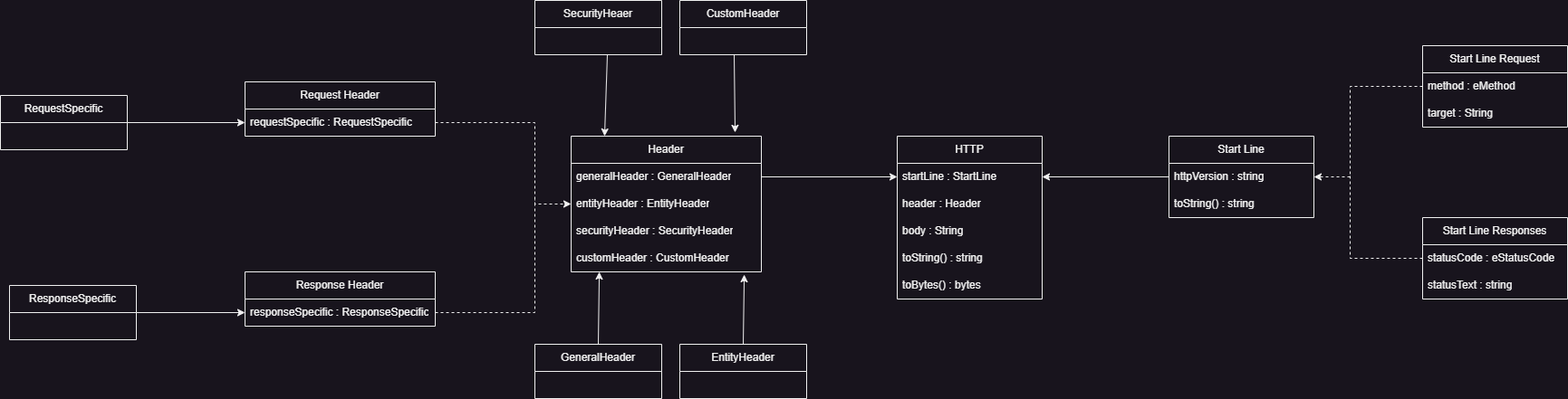
Earlier version of the draw.io export Image/HttpBuilder.png (MathieuPPicard/HttpBuilder). Source tidied: cells renumbered, new cells last; positions are measured from the earlier drawing's top-left corner, leaving out a move shared by most shapes. The source it was exported from:
```xml
<mxGraphModel>
  <root>
    <mxCell id="0" />
    <mxCell id="1" parent="0" />
    <mxCell id="2" value="HTTP" style="swimlane;fontStyle=0;horizontal=1;startSize=30;whiteSpace=wrap;html=1;" parent="1" vertex="1">
      <mxGeometry x="990" y="150" width="160" height="180" as="geometry" />
    </mxCell>
    <mxCell id="3" value="startLine : StartLine&amp;nbsp;" style="text;strokeColor=none;fillColor=none;align=left;verticalAlign=middle;spacingLeft=4;spacingRight=4;overflow=hidden;points=[[0,0.5],[1,0.5]];portConstraint=eastwest;whiteSpace=wrap;html=1;" parent="2" vertex="1">
      <mxGeometry y="30" width="160" height="30" as="geometry" />
    </mxCell>
    <mxCell id="4" value="header : Header" style="text;strokeColor=none;fillColor=none;align=left;verticalAlign=middle;spacingLeft=4;spacingRight=4;overflow=hidden;whiteSpace=wrap;html=1;" parent="2" vertex="1">
      <mxGeometry y="60" width="160" height="30" as="geometry" />
    </mxCell>
    <mxCell id="5" value="body : String" style="text;strokeColor=none;fillColor=none;align=left;verticalAlign=middle;spacingLeft=4;spacingRight=4;overflow=hidden;whiteSpace=wrap;html=1;" parent="2" vertex="1">
      <mxGeometry y="90" width="160" height="30" as="geometry" />
    </mxCell>
    <mxCell id="6" value="toString() : string" style="text;strokeColor=none;fillColor=none;align=left;verticalAlign=middle;spacingLeft=4;spacingRight=4;overflow=hidden;whiteSpace=wrap;html=1;" parent="2" vertex="1">
      <mxGeometry y="120" width="160" height="30" as="geometry" />
    </mxCell>
    <mxCell id="7" value="toBytes() : bytes" style="text;strokeColor=none;fillColor=none;align=left;verticalAlign=middle;spacingLeft=4;spacingRight=4;overflow=hidden;points=[[0,0.5],[1,0.5]];portConstraint=eastwest;whiteSpace=wrap;html=1;" parent="2" vertex="1">
      <mxGeometry y="150" width="160" height="30" as="geometry" />
    </mxCell>
    <mxCell id="8" value="Header" style="swimlane;fontStyle=0;horizontal=1;startSize=30;whiteSpace=wrap;html=1;" parent="1" vertex="1">
      <mxGeometry x="630" y="150" width="210" height="150" as="geometry" />
    </mxCell>
    <mxCell id="9" value="generalHeader : GeneralHeader" style="text;strokeColor=none;fillColor=none;align=left;verticalAlign=middle;spacingLeft=4;spacingRight=4;overflow=hidden;points=[[0,0.5],[1,0.5]];portConstraint=eastwest;whiteSpace=wrap;html=1;" parent="8" vertex="1">
      <mxGeometry y="30" width="210" height="30" as="geometry" />
    </mxCell>
    <mxCell id="10" value="entityHeader : EntityHeader" style="text;strokeColor=none;fillColor=none;align=left;verticalAlign=middle;spacingLeft=4;spacingRight=4;overflow=hidden;points=[[0,0.5],[1,0.5]];portConstraint=eastwest;whiteSpace=wrap;html=1;" parent="8" vertex="1">
      <mxGeometry y="60" width="210" height="30" as="geometry" />
    </mxCell>
    <mxCell id="11" value="securityHeader : SecurityHeader" style="text;strokeColor=none;fillColor=none;align=left;verticalAlign=middle;spacingLeft=4;spacingRight=4;overflow=hidden;whiteSpace=wrap;html=1;" parent="8" vertex="1">
      <mxGeometry y="90" width="210" height="30" as="geometry" />
    </mxCell>
    <mxCell id="12" value="customHeader : CustomHeader" style="text;strokeColor=none;fillColor=none;align=left;verticalAlign=middle;spacingLeft=4;spacingRight=4;overflow=hidden;points=[[0,0.5],[1,0.5]];portConstraint=eastwest;whiteSpace=wrap;html=1;" parent="8" vertex="1">
      <mxGeometry y="120" width="210" height="30" as="geometry" />
    </mxCell>
    <mxCell id="13" value="Start Line" style="swimlane;fontStyle=0;horizontal=1;startSize=30;whiteSpace=wrap;html=1;" parent="1" vertex="1">
      <mxGeometry x="1290" y="150" width="160" height="90" as="geometry" />
    </mxCell>
    <mxCell id="14" value="httpVersion : string" style="text;strokeColor=none;fillColor=none;align=left;verticalAlign=middle;spacingLeft=4;spacingRight=4;overflow=hidden;whiteSpace=wrap;html=1;" parent="13" vertex="1">
      <mxGeometry y="30" width="160" height="30" as="geometry" />
    </mxCell>
    <mxCell id="15" value="toString() : string" style="text;strokeColor=none;fillColor=none;align=left;verticalAlign=middle;spacingLeft=4;spacingRight=4;overflow=hidden;whiteSpace=wrap;html=1;" parent="13" vertex="1">
      <mxGeometry y="60" width="160" height="30" as="geometry" />
    </mxCell>
    <mxCell id="16" value="Start Line Request" style="swimlane;fontStyle=0;horizontal=1;startSize=30;whiteSpace=wrap;html=1;" parent="1" vertex="1">
      <mxGeometry x="1570" y="50" width="160" height="90" as="geometry" />
    </mxCell>
    <mxCell id="17" value="method : eMethod" style="text;strokeColor=none;fillColor=none;align=left;verticalAlign=middle;spacingLeft=4;spacingRight=4;overflow=hidden;points=[[0,0.5],[1,0.5]];portConstraint=eastwest;whiteSpace=wrap;html=1;" parent="16" vertex="1">
      <mxGeometry y="30" width="160" height="30" as="geometry" />
    </mxCell>
    <mxCell id="18" value="target : String" style="text;strokeColor=none;fillColor=none;align=left;verticalAlign=middle;spacingLeft=4;spacingRight=4;overflow=hidden;whiteSpace=wrap;html=1;" parent="16" vertex="1">
      <mxGeometry y="60" width="160" height="30" as="geometry" />
    </mxCell>
    <mxCell id="19" value="Start Line Responses" style="swimlane;fontStyle=0;horizontal=1;startSize=30;whiteSpace=wrap;html=1;" parent="1" vertex="1">
      <mxGeometry x="1570" y="240" width="160" height="90" as="geometry" />
    </mxCell>
    <mxCell id="20" value="statusCode : eStatusCode" style="text;strokeColor=none;fillColor=none;align=left;verticalAlign=middle;spacingLeft=4;spacingRight=4;overflow=hidden;points=[[0,0.5],[1,0.5]];portConstraint=eastwest;whiteSpace=wrap;html=1;" parent="19" vertex="1">
      <mxGeometry y="30" width="160" height="30" as="geometry" />
    </mxCell>
    <mxCell id="21" value="statusText : string" style="text;strokeColor=none;fillColor=none;align=left;verticalAlign=middle;spacingLeft=4;spacingRight=4;overflow=hidden;whiteSpace=wrap;html=1;" parent="19" vertex="1">
      <mxGeometry y="60" width="160" height="30" as="geometry" />
    </mxCell>
    <mxCell id="22" style="endArrow=classic;html=1;rounded=0;exitX=0;exitY=0.5;exitDx=0;exitDy=0;entryX=1;entryY=0.5;entryDx=0;entryDy=0;dashed=1;" parent="1" edge="1" source="17">
      <mxGeometry relative="1" as="geometry">
        <mxPoint x="1450" y="195" as="targetPoint" />
        <Array as="points">
          <mxPoint x="1490" y="95" />
          <mxPoint x="1490" y="195" />
        </Array>
      </mxGeometry>
    </mxCell>
    <mxCell id="23" style="endArrow=none;html=1;rounded=0;exitX=0;exitY=0.5;exitDx=0;exitDy=0;dashed=1;" parent="1" edge="1" source="20">
      <mxGeometry relative="1" as="geometry">
        <mxPoint x="1490" y="190" as="targetPoint" />
        <Array as="points">
          <mxPoint x="1490" y="285" />
        </Array>
      </mxGeometry>
    </mxCell>
    <mxCell id="24" style="endArrow=classic;html=1;rounded=0;exitX=0;exitY=0.5;exitDx=0;exitDy=0;entryX=1;entryY=0.5;entryDx=0;entryDy=0;" parent="1" edge="1" target="3">
      <mxGeometry relative="1" as="geometry">
        <mxPoint x="1290" y="195" as="sourcePoint" />
      </mxGeometry>
    </mxCell>
    <mxCell id="25" style="endArrow=classic;html=1;rounded=0;exitX=1;exitY=0.5;exitDx=0;exitDy=0;entryX=0;entryY=0.5;entryDx=0;entryDy=0;" parent="1" edge="1" source="9" target="3">
      <mxGeometry relative="1" as="geometry" />
    </mxCell>
    <mxCell id="26" value="Request Header" style="swimlane;fontStyle=0;horizontal=1;startSize=30;whiteSpace=wrap;html=1;" parent="1" vertex="1">
      <mxGeometry x="270" y="90" width="210" height="60" as="geometry" />
    </mxCell>
    <mxCell id="27" value="requestSpecific : RequestSpecific" style="text;strokeColor=none;fillColor=none;align=left;verticalAlign=middle;spacingLeft=4;spacingRight=4;overflow=hidden;points=[[0,0.5],[1,0.5]];portConstraint=eastwest;whiteSpace=wrap;html=1;" parent="26" vertex="1">
      <mxGeometry y="30" width="210" height="30" as="geometry" />
    </mxCell>
    <mxCell id="28" value="Response Header" style="swimlane;fontStyle=0;horizontal=1;startSize=30;whiteSpace=wrap;html=1;" parent="1" vertex="1">
      <mxGeometry x="270" y="300" width="210" height="60" as="geometry" />
    </mxCell>
    <mxCell id="29" value="responseSpecific : ResponseSpecific" style="text;strokeColor=none;fillColor=none;align=left;verticalAlign=middle;spacingLeft=4;spacingRight=4;overflow=hidden;points=[[0,0.5],[1,0.5]];portConstraint=eastwest;whiteSpace=wrap;html=1;" parent="28" vertex="1">
      <mxGeometry y="30" width="210" height="30" as="geometry" />
    </mxCell>
    <mxCell id="30" style="endArrow=classic;html=1;rounded=0;exitX=1;exitY=0.5;exitDx=0;exitDy=0;entryX=0;entryY=0.5;entryDx=0;entryDy=0;dashed=1;" parent="1" edge="1" source="27" target="10">
      <mxGeometry relative="1" as="geometry">
        <Array as="points">
          <mxPoint x="590" y="135" />
          <mxPoint x="590" y="225" />
        </Array>
      </mxGeometry>
    </mxCell>
    <mxCell id="31" style="endArrow=none;html=1;rounded=0;exitX=1;exitY=0.5;exitDx=0;exitDy=0;dashed=1;" parent="1" edge="1" source="29">
      <mxGeometry relative="1" as="geometry">
        <mxPoint x="590" y="220" as="targetPoint" />
        <Array as="points">
          <mxPoint x="590" y="345" />
        </Array>
      </mxGeometry>
    </mxCell>
    <mxCell id="32" value="GeneralHeader" style="swimlane;fontStyle=0;horizontal=1;startSize=30;whiteSpace=wrap;html=1;" parent="1" vertex="1">
      <mxGeometry x="590" y="380" width="140" height="60" as="geometry" />
    </mxCell>
    <mxCell id="33" value="EntityHeader" style="swimlane;fontStyle=0;horizontal=1;startSize=30;whiteSpace=wrap;html=1;" parent="1" vertex="1">
      <mxGeometry x="750" y="380" width="140" height="60" as="geometry" />
    </mxCell>
    <mxCell id="34" value="SecurityHeaer" style="swimlane;fontStyle=0;horizontal=1;startSize=30;whiteSpace=wrap;html=1;" parent="1" vertex="1">
      <mxGeometry x="590" width="140" height="60" as="geometry" />
    </mxCell>
    <mxCell id="35" value="CustomHeader" style="swimlane;fontStyle=0;horizontal=1;startSize=30;whiteSpace=wrap;html=1;" parent="1" vertex="1">
      <mxGeometry x="750" width="140" height="60" as="geometry" />
    </mxCell>
    <mxCell id="36" value="RequestSpecific" style="swimlane;fontStyle=0;horizontal=1;startSize=30;whiteSpace=wrap;html=1;" parent="1" vertex="1">
      <mxGeometry y="105" width="140" height="60" as="geometry" />
    </mxCell>
    <mxCell id="37" value="ResponseSpecific" style="swimlane;fontStyle=0;horizontal=1;startSize=30;whiteSpace=wrap;html=1;" parent="1" vertex="1">
      <mxGeometry x="10" y="315" width="140" height="60" as="geometry" />
    </mxCell>
    <mxCell id="38" style="endArrow=classic;html=1;rounded=0;exitX=0.5;exitY=0;exitDx=0;exitDy=0;entryX=0.148;entryY=1;entryDx=0;entryDy=0;entryPerimeter=0;" parent="1" edge="1" source="32" target="12">
      <mxGeometry relative="1" as="geometry" />
    </mxCell>
    <mxCell id="39" style="endArrow=classic;html=1;rounded=0;exitX=0.5;exitY=0;exitDx=0;exitDy=0;entryX=0.91;entryY=1.1;entryDx=0;entryDy=0;entryPerimeter=0;" parent="1" edge="1" source="33" target="12">
      <mxGeometry relative="1" as="geometry" />
    </mxCell>
    <mxCell id="40" style="endArrow=classic;html=1;rounded=0;entryX=0.176;entryY=0;entryDx=0;entryDy=0;entryPerimeter=0;" parent="1" edge="1" target="8">
      <mxGeometry relative="1" as="geometry">
        <mxPoint x="670" y="60" as="sourcePoint" />
      </mxGeometry>
    </mxCell>
    <mxCell id="41" style="endArrow=classic;html=1;rounded=0;entryX=0.862;entryY=-0.027;entryDx=0;entryDy=0;entryPerimeter=0;" parent="1" edge="1" target="8">
      <mxGeometry relative="1" as="geometry">
        <mxPoint x="810" y="60" as="sourcePoint" />
      </mxGeometry>
    </mxCell>
    <mxCell id="42" style="endArrow=classic;html=1;rounded=0;exitX=1;exitY=0.5;exitDx=0;exitDy=0;entryX=0;entryY=0.5;entryDx=0;entryDy=0;" parent="1" edge="1" source="36" target="27">
      <mxGeometry relative="1" as="geometry" />
    </mxCell>
    <mxCell id="43" style="endArrow=classic;html=1;rounded=0;exitX=1;exitY=0.5;exitDx=0;exitDy=0;entryX=0;entryY=0.5;entryDx=0;entryDy=0;" parent="1" edge="1" source="37" target="29">
      <mxGeometry relative="1" as="geometry" />
    </mxCell>
  </root>
</mxGraphModel>
```
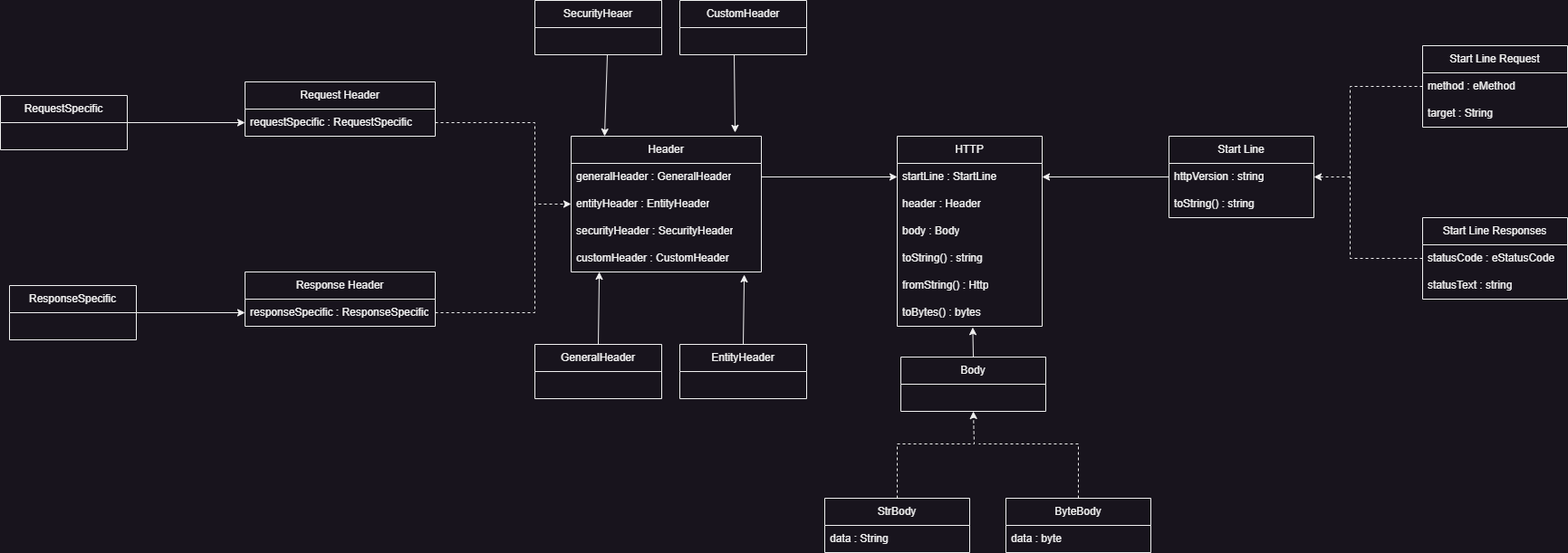
After the commit.

Change to the diagram source:
```diff
@@ -3,7 +3,7 @@
     <mxCell id="0" />
     <mxCell id="1" parent="0" />
     <mxCell id="2" value="HTTP" style="swimlane;fontStyle=0;horizontal=1;startSize=30;whiteSpace=wrap;html=1;" parent="1" vertex="1">
-      <mxGeometry x="990" y="150" width="160" height="180" as="geometry" />
+      <mxGeometry x="990" y="150" width="160" height="210" as="geometry" />
     </mxCell>
     <mxCell id="3" value="startLine : StartLine&amp;nbsp;" style="text;strokeColor=none;fillColor=none;align=left;verticalAlign=middle;spacingLeft=4;spacingRight=4;overflow=hidden;points=[[0,0.5],[1,0.5]];portConstraint=eastwest;whiteSpace=wrap;html=1;" parent="2" vertex="1">
       <mxGeometry y="30" width="160" height="30" as="geometry" />
@@ -11,14 +11,17 @@
     <mxCell id="4" value="header : Header" style="text;strokeColor=none;fillColor=none;align=left;verticalAlign=middle;spacingLeft=4;spacingRight=4;overflow=hidden;whiteSpace=wrap;html=1;" parent="2" vertex="1">
       <mxGeometry y="60" width="160" height="30" as="geometry" />
     </mxCell>
-    <mxCell id="5" value="body : String" style="text;strokeColor=none;fillColor=none;align=left;verticalAlign=middle;spacingLeft=4;spacingRight=4;overflow=hidden;whiteSpace=wrap;html=1;" parent="2" vertex="1">
+    <mxCell id="5" value="body : Body" style="text;strokeColor=none;fillColor=none;align=left;verticalAlign=middle;spacingLeft=4;spacingRight=4;overflow=hidden;whiteSpace=wrap;html=1;" parent="2" vertex="1">
       <mxGeometry y="90" width="160" height="30" as="geometry" />
     </mxCell>
     <mxCell id="6" value="toString() : string" style="text;strokeColor=none;fillColor=none;align=left;verticalAlign=middle;spacingLeft=4;spacingRight=4;overflow=hidden;whiteSpace=wrap;html=1;" parent="2" vertex="1">
       <mxGeometry y="120" width="160" height="30" as="geometry" />
     </mxCell>
+    <mxCell id="44" value="fromString() : Http" style="text;strokeColor=none;fillColor=none;align=left;verticalAlign=middle;spacingLeft=4;spacingRight=4;overflow=hidden;whiteSpace=wrap;html=1;" parent="2" vertex="1">
+      <mxGeometry y="150" width="160" height="30" as="geometry" />
+    </mxCell>
     <mxCell id="7" value="toBytes() : bytes" style="text;strokeColor=none;fillColor=none;align=left;verticalAlign=middle;spacingLeft=4;spacingRight=4;overflow=hidden;points=[[0,0.5],[1,0.5]];portConstraint=eastwest;whiteSpace=wrap;html=1;" parent="2" vertex="1">
-      <mxGeometry y="150" width="160" height="30" as="geometry" />
+      <mxGeometry y="180" width="160" height="30" as="geometry" />
     </mxCell>
     <mxCell id="8" value="Header" style="swimlane;fontStyle=0;horizontal=1;startSize=30;whiteSpace=wrap;html=1;" parent="1" vertex="1">
       <mxGeometry x="630" y="150" width="210" height="150" as="geometry" />
@@ -155,5 +158,39 @@
     <mxCell id="43" style="endArrow=classic;html=1;rounded=0;exitX=1;exitY=0.5;exitDx=0;exitDy=0;entryX=0;entryY=0.5;entryDx=0;entryDy=0;" parent="1" edge="1" source="37" target="29">
       <mxGeometry relative="1" as="geometry" />
     </mxCell>
+    <mxCell id="45" value="StrBody" style="swimlane;fontStyle=0;horizontal=1;startSize=30;whiteSpace=wrap;html=1;" parent="1" vertex="1">
+      <mxGeometry x="910" y="550" width="160" height="60" as="geometry" />
+    </mxCell>
+    <mxCell id="46" value="data : String" style="text;strokeColor=none;fillColor=none;align=left;verticalAlign=middle;spacingLeft=4;spacingRight=4;overflow=hidden;whiteSpace=wrap;html=1;" parent="45" vertex="1">
+      <mxGeometry y="30" width="160" height="30" as="geometry" />
+    </mxCell>
+    <mxCell id="47" value="ByteBody" style="swimlane;fontStyle=0;horizontal=1;startSize=30;whiteSpace=wrap;html=1;" parent="1" vertex="1">
+      <mxGeometry x="1110" y="550" width="160" height="60" as="geometry" />
+    </mxCell>
+    <mxCell id="48" value="data : byte" style="text;strokeColor=none;fillColor=none;align=left;verticalAlign=middle;spacingLeft=4;spacingRight=4;overflow=hidden;whiteSpace=wrap;html=1;" parent="47" vertex="1">
+      <mxGeometry y="30" width="160" height="30" as="geometry" />
+    </mxCell>
+    <mxCell id="49" value="Body" style="swimlane;fontStyle=0;horizontal=1;startSize=30;whiteSpace=wrap;html=1;" parent="1" vertex="1">
+      <mxGeometry x="994" y="394" width="160" height="60" as="geometry" />
+    </mxCell>
+    <mxCell id="50" style="endArrow=classic;html=1;rounded=0;entryX=0.521;entryY=1.04;entryDx=0;entryDy=0;entryPerimeter=0;exitX=0.5;exitY=0;exitDx=0;exitDy=0;" parent="1" edge="1" source="49" target="7">
+      <mxGeometry relative="1" as="geometry" />
+    </mxCell>
+    <mxCell id="51" style="endArrow=classic;html=1;rounded=0;exitX=0.5;exitY=0;exitDx=0;exitDy=0;dashed=1;entryX=0.5;entryY=1;entryDx=0;entryDy=0;" parent="1" edge="1" source="45" target="49">
+      <mxGeometry relative="1" as="geometry">
+        <Array as="points">
+          <mxPoint x="990" y="490" />
+          <mxPoint x="1075" y="490" />
+        </Array>
+      </mxGeometry>
+    </mxCell>
+    <mxCell id="52" style="endArrow=none;dashed=1;html=1;rounded=0;exitX=0.5;exitY=0;exitDx=0;exitDy=0;" parent="1" edge="1" source="47">
+      <mxGeometry relative="1" as="geometry">
+        <mxPoint x="1080" y="490" as="targetPoint" />
+        <Array as="points">
+          <mxPoint x="1190" y="490" />
+        </Array>
+      </mxGeometry>
+    </mxCell>
   </root>
 </mxGraphModel>
```
